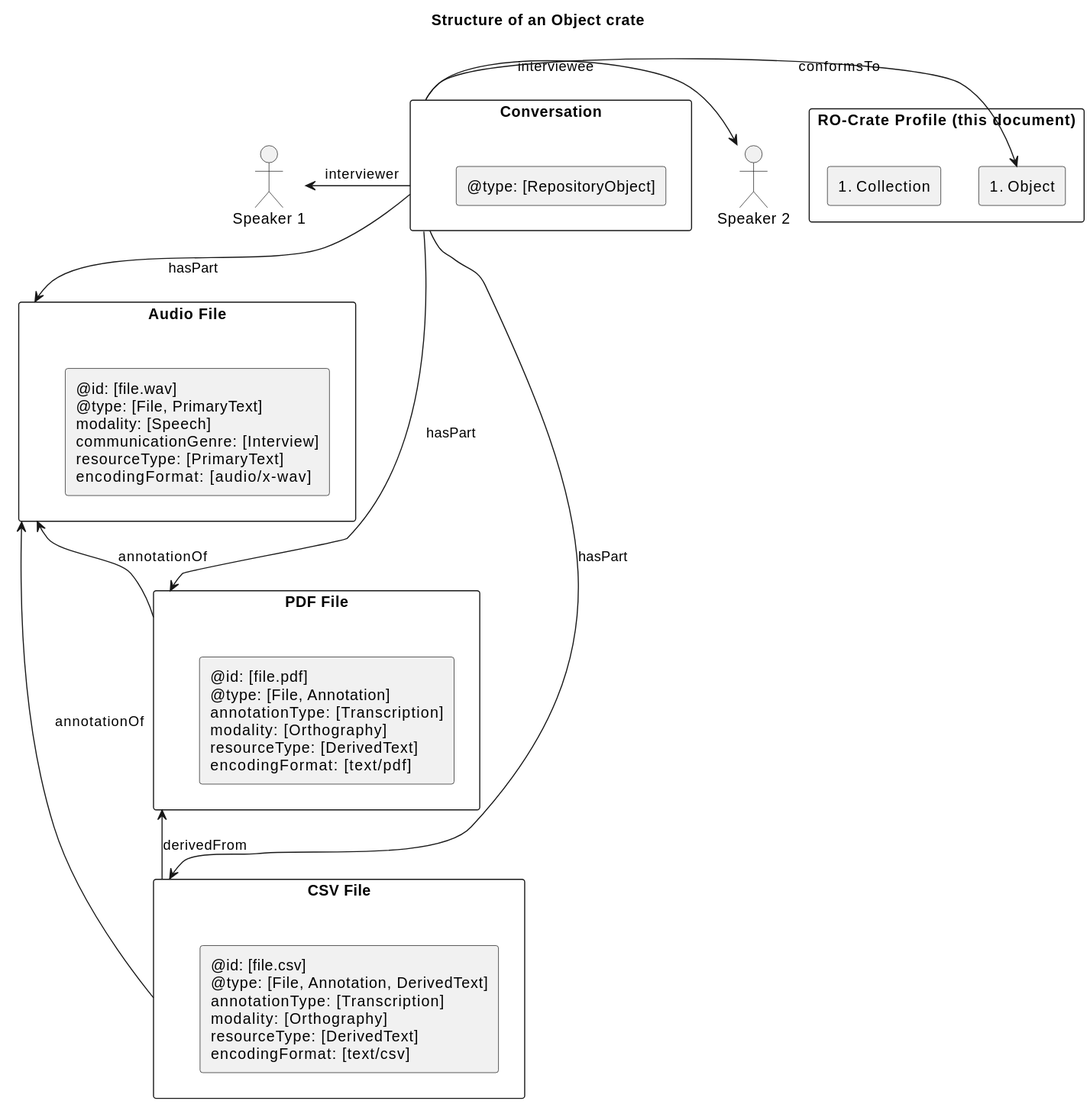
The PlantUML diagram profile/media/object-structure.svg in Language-Research-Technology/ldac-profile, before a commit.
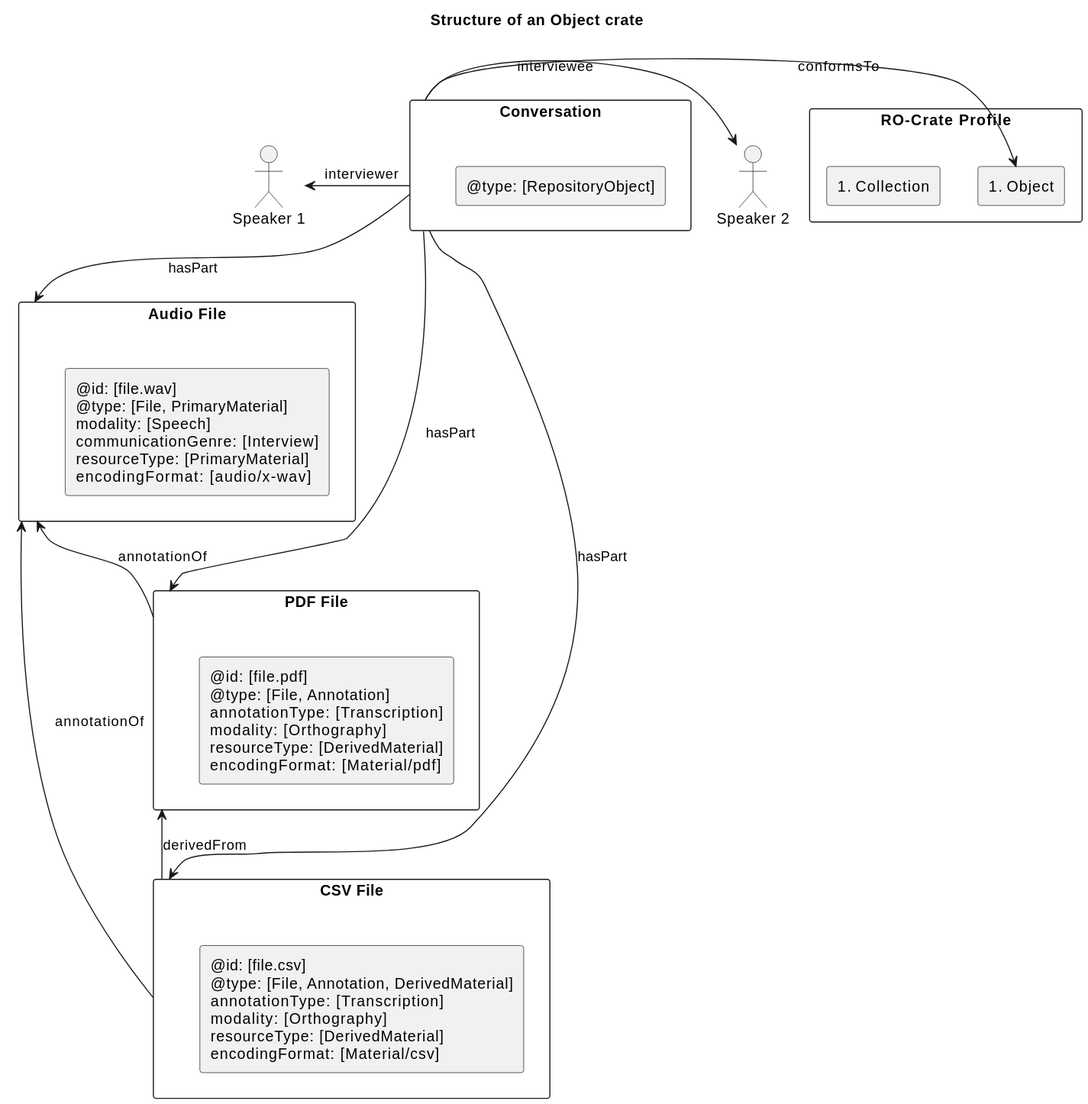
After the change.

Diff of the diagram source:
```diff
@@ -5,7 +5,7 @@
 actor "Speaker 1" as s1
 actor "Speaker 2" as s2
 
-rectangle "RO-Crate Profile (this document)" {
+rectangle "RO-Crate Profile" {
 rectangle "#Collection" as procoll
 rectangle "#Object" as proobj
 }
@@ -17,17 +17,17 @@
 
 }
 rectangle "Audio File" as audio1 {
-   rectangle "@id: [file.wav]\n@type: [File, PrimaryText]\nmodality: [Speech]\ncommunicationGenre: [Interview]\nresourceType: [PrimaryText]\nencodingFormat: [audio/x-wav]"
+   rectangle "@id: [file.wav]\n@type: [File, PrimaryMaterial]\nmodality: [Speech]\ncommunicationGenre: [Interview]\nresourceType: [PrimaryMaterial]\nencodingFormat: [audio/x-wav]"
 
 
 }
 rectangle "PDF File" as pdf1 {
-   rectangle "@id: [file.pdf]\n@type: [File, Annotation]\nannotationType: [Transcription]\nmodality: [Orthography]\nresourceType: [DerivedText]\nencodingFormat: [text/pdf]" as pt
+   rectangle "@id: [file.pdf]\n@type: [File, Annotation]\nannotationType: [Transcription]\nmodality: [Orthography]\nresourceType: [DerivedMaterial]\nencodingFormat: [Material/pdf]" as pt
 
 }
 
 rectangle "CSV File" as csv1 {
-   rectangle "@id: [file.csv]\n@type: [File, Annotation, DerivedText]\nannotationType: [Transcription]\nmodality: [Orthography]\nresourceType: [DerivedText]\nencodingFormat: [text/csv]"
+   rectangle "@id: [file.csv]\n@type: [File, Annotation, DerivedMaterial]\nannotationType: [Transcription]\nmodality: [Orthography]\nresourceType: [DerivedMaterial]\nencodingFormat: [Material/csv]"
 }
 
 c1 -down-> pdf1 : hasPart
```
